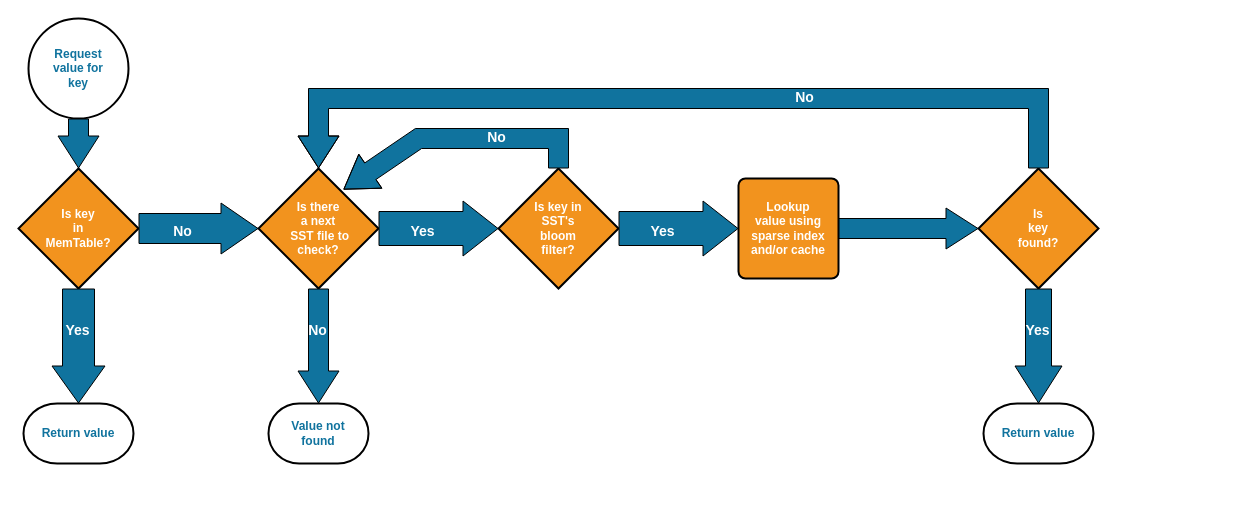
The draw.io diagram page "Reads" (2 of 5) of docs/lsm.drawio in justinethier/keyva, before the edit. Source tidied: cells renumbered, new cells numbered last; positions are measured from the earlier drawing's top-left corner, leaving out a move shared by most shapes. Both pictures are drawn from the tidied source at 100%, with x=0, y=0 at pixel (18, 18).
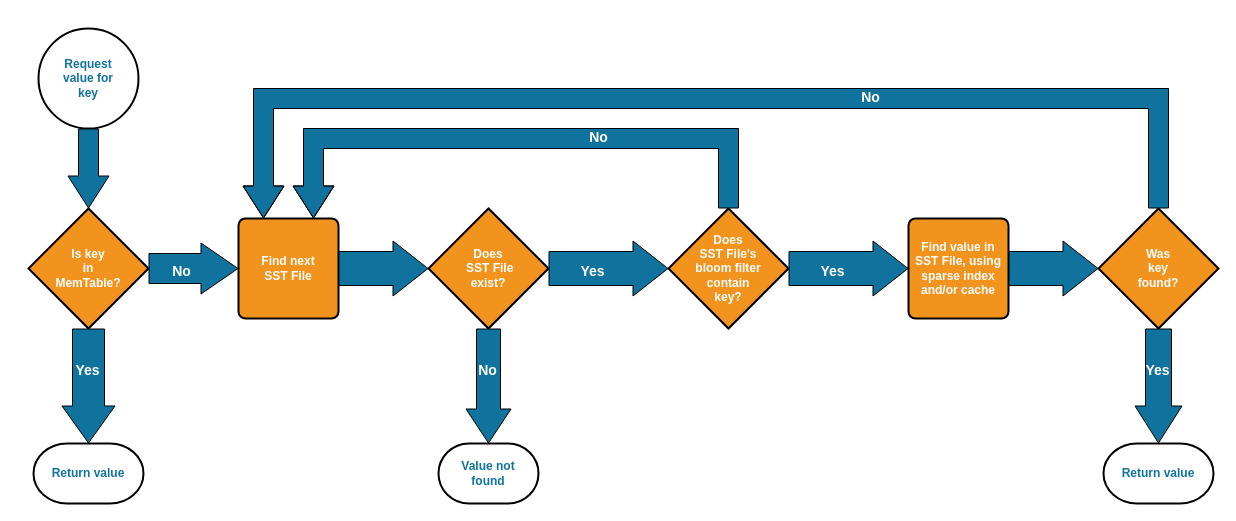
Above is the later version.

The edit, as a diff of the source:
```diff
@@
     <mxCell id="2" value="&lt;div&gt;Request&lt;/div&gt;&lt;div&gt;value for&lt;/div&gt;&lt;div&gt;key&lt;br&gt;&lt;/div&gt;" style="strokeWidth=2;html=1;shape=mxgraph.flowchart.start_2;whiteSpace=wrap;fillColor=#FFFFFF;fontColor=#10739E;fontStyle=1;" parent="1" vertex="1">
-      <mxGeometry x="10" width="100" height="100" as="geometry" />
+      <mxGeometry x="20" y="10" width="100" height="100" as="geometry" />
     </mxCell>
     <mxCell id="3" value="&lt;div&gt;Is key&lt;/div&gt;&lt;div&gt;in &lt;br&gt;&lt;/div&gt;&lt;div&gt;MemTable?&lt;br&gt;&lt;/div&gt;" style="strokeWidth=2;html=1;shape=mxgraph.flowchart.decision;whiteSpace=wrap;fontColor=#FFFFFF;fontStyle=1;fillColor=#F2931E;" parent="1" vertex="1">
-      <mxGeometry y="150" width="120" height="120" as="geometry" />
+      <mxGeometry x="10" y="190" width="120" height="120" as="geometry" />
     </mxCell>
@@
     <mxCell id="6" value="Return value" style="strokeWidth=2;html=1;shape=mxgraph.flowchart.terminator;whiteSpace=wrap;fillColor=#FFFFFF;fontColor=#10739E;fontStyle=1;" parent="1" vertex="1">
-      <mxGeometry x="5" y="385" width="110" height="60" as="geometry" />
+      <mxGeometry x="15" y="425" width="110" height="60" as="geometry" />
     </mxCell>
-    <mxCell id="7" value="&lt;div&gt;Is key in &lt;br&gt;&lt;/div&gt;&lt;div&gt;SST's&lt;br&gt;&lt;/div&gt;&lt;div&gt;bloom &lt;br&gt;&lt;/div&gt;&lt;div&gt;filter?&lt;br&gt;&lt;/div&gt;" style="strokeWidth=2;html=1;shape=mxgraph.flowchart.decision;whiteSpace=wrap;fontColor=#FFFFFF;fontStyle=1;fillColor=#F2931E;" parent="1" vertex="1">
-      <mxGeometry x="480" y="150" width="120" height="120" as="geometry" />
+    <mxCell id="7" value="&lt;div&gt;Does&lt;/div&gt;&lt;div&gt;SST File's&lt;/div&gt;&lt;div&gt;bloom filter&lt;/div&gt;&lt;div&gt;contain&lt;/div&gt;&lt;div&gt;key?&lt;br&gt;&lt;/div&gt;" style="strokeWidth=2;html=1;shape=mxgraph.flowchart.decision;whiteSpace=wrap;fontColor=#FFFFFF;fontStyle=1;fillColor=#F2931E;" parent="1" vertex="1">
+      <mxGeometry x="650" y="190" width="120" height="120" as="geometry" />
     </mxCell>
     <mxCell id="8" value="Return value" style="strokeWidth=2;html=1;shape=mxgraph.flowchart.terminator;whiteSpace=wrap;fillColor=#FFFFFF;fontColor=#10739E;fontStyle=1;" parent="1" vertex="1">
-      <mxGeometry x="965" y="385" width="110" height="60" as="geometry" />
+      <mxGeometry x="1085" y="425" width="110" height="60" as="geometry" />
     </mxCell>
-    <mxCell id="9" value="&lt;div&gt;Lookup&lt;/div&gt;&lt;div&gt;value using sparse index&lt;/div&gt;&lt;div&gt;and/or cache&lt;br&gt;&lt;/div&gt;" style="rounded=1;whiteSpace=wrap;html=1;absoluteArcSize=1;arcSize=14;strokeWidth=2;fillColor=#F2931E;fontColor=#FFFFFF;fontStyle=1;" parent="1" vertex="1">
-      <mxGeometry x="720" y="160" width="100" height="100" as="geometry" />
+    <mxCell id="9" value="Find value in SST File, using sparse index&lt;div&gt;and/or cache&lt;br&gt;&lt;/div&gt;" style="rounded=1;whiteSpace=wrap;html=1;absoluteArcSize=1;arcSize=14;strokeWidth=2;fillColor=#F2931E;fontColor=#FFFFFF;fontStyle=1;" parent="1" vertex="1">
+      <mxGeometry x="890" y="200" width="100" height="100" as="geometry" />
     </mxCell>
-    <mxCell id="10" value="&lt;div&gt;Is&lt;/div&gt;&lt;div&gt;key&lt;/div&gt;&lt;div&gt;found?&lt;br&gt;&lt;/div&gt;" style="strokeWidth=2;html=1;shape=mxgraph.flowchart.decision;whiteSpace=wrap;fontColor=#FFFFFF;fontStyle=1;fillColor=#F2931E;" parent="1" vertex="1">
-      <mxGeometry x="960" y="150" width="120" height="120" as="geometry" />
+    <mxCell id="10" value="&lt;div&gt;Was&lt;/div&gt;&lt;div&gt;key&lt;/div&gt;&lt;div&gt;found?&lt;br&gt;&lt;/div&gt;" style="strokeWidth=2;html=1;shape=mxgraph.flowchart.decision;whiteSpace=wrap;fontColor=#FFFFFF;fontStyle=1;fillColor=#F2931E;" parent="1" vertex="1">
+      <mxGeometry x="1080" y="190" width="120" height="120" as="geometry" />
     </mxCell>
     <mxCell id="11" value="&lt;div&gt;Value not &lt;br&gt;&lt;/div&gt;&lt;div&gt;found&lt;br&gt;&lt;/div&gt;" style="strokeWidth=2;html=1;shape=mxgraph.flowchart.terminator;whiteSpace=wrap;fillColor=#FFFFFF;fontColor=#10739E;fontStyle=1;" parent="1" vertex="1">
-      <mxGeometry x="250" y="385" width="100" height="60" as="geometry" />
+      <mxGeometry x="420" y="425" width="100" height="60" as="geometry" />
     </mxCell>
@@
-    <mxCell id="13" style="shape=flexArrow;endArrow=classic;html=1;rounded=0;width=30;endSize=12;labelBackgroundColor=none;fillColor=#10739E;exitX=1;exitY=0.5;exitDx=0;exitDy=0;exitPerimeter=0;entryX=0;entryY=0.5;entryDx=0;entryDy=0;entryPerimeter=0;" parent="1" edge="1" source="3" target="15">
+    <mxCell id="13" style="shape=flexArrow;endArrow=classic;html=1;rounded=0;width=30;endSize=12;labelBackgroundColor=none;fillColor=#10739E;exitX=1;exitY=0.5;exitDx=0;exitDy=0;exitPerimeter=0;entryX=0;entryY=0.5;entryDx=0;entryDy=0;" parent="1" edge="1" source="3" target="29">
       <mxGeometry relative="1" as="geometry" />
     </mxCell>
@@
-    <mxCell id="15" value="&lt;div style=&quot;font-size: 12px&quot;&gt;Is there&lt;/div&gt;&lt;div style=&quot;font-size: 12px&quot;&gt;a next&lt;/div&gt;&lt;div style=&quot;font-size: 12px&quot;&gt;&amp;nbsp;SST file to &lt;br style=&quot;font-size: 12px&quot;&gt;&lt;/div&gt;&lt;div style=&quot;font-size: 12px&quot;&gt;check?&lt;br style=&quot;font-size: 12px&quot;&gt;&lt;/div&gt;" style="strokeWidth=2;html=1;shape=mxgraph.flowchart.decision;whiteSpace=wrap;labelBackgroundColor=none;fontSize=12;fontColor=#FFFFFF;fontStyle=1;fillColor=#F2931E;" parent="1" vertex="1">
-      <mxGeometry x="240" y="150" width="120" height="120" as="geometry" />
+    <mxCell id="15" value="&lt;div&gt;Does&lt;/div&gt;&lt;div&gt;&amp;nbsp;SST File &lt;br&gt;&lt;/div&gt;&lt;div&gt;exist?&lt;br&gt;&lt;/div&gt;" style="strokeWidth=2;html=1;shape=mxgraph.flowchart.decision;whiteSpace=wrap;labelBackgroundColor=none;fontSize=12;fontColor=#FFFFFF;fontStyle=1;fillColor=#F2931E;" parent="1" vertex="1">
+      <mxGeometry x="410" y="190" width="120" height="120" as="geometry" />
     </mxCell>
-    <mxCell id="16" style="shape=flexArrow;endArrow=classic;html=1;rounded=0;width=20;endSize=10.33;labelBackgroundColor=none;entryX=0.5;entryY=0;entryDx=0;entryDy=0;entryPerimeter=0;fillColor=#10739E;exitX=0.5;exitY=1;exitDx=0;exitDy=0;exitPerimeter=0;" parent="1" edge="1" source="15" target="11">
+    <mxCell id="16" style="shape=flexArrow;endArrow=classic;html=1;rounded=0;width=24;endSize=11;labelBackgroundColor=none;entryX=0.5;entryY=0;entryDx=0;entryDy=0;entryPerimeter=0;fillColor=#10739E;exitX=0.5;exitY=1;exitDx=0;exitDy=0;exitPerimeter=0;" parent="1" edge="1" source="15" target="11">
       <mxGeometry relative="1" as="geometry" />
     </mxCell>
@@
-    <mxCell id="22" style="shape=flexArrow;endArrow=classic;html=1;rounded=0;exitX=1;exitY=0.5;exitDx=0;exitDy=0;width=20;endSize=10.33;labelBackgroundColor=none;fillColor=#10739E;entryX=0;entryY=0.5;entryDx=0;entryDy=0;entryPerimeter=0;" parent="1" edge="1" source="9" target="10">
-      <mxGeometry relative="1" as="geometry" />
-    </mxCell>
@@
-    <mxCell id="25" style="shape=flexArrow;endArrow=classic;html=1;rounded=0;width=20;endSize=10.33;labelBackgroundColor=none;fillColor=#10739E;exitX=0.5;exitY=0;exitDx=0;exitDy=0;exitPerimeter=0;entryX=0.708;entryY=0.175;entryDx=0;entryDy=0;entryPerimeter=0;" parent="1" edge="1" source="7" target="15">
+    <mxCell id="25" style="shape=flexArrow;endArrow=classic;html=1;rounded=0;width=20;endSize=10.33;labelBackgroundColor=none;fillColor=#10739E;exitX=0.5;exitY=0;exitDx=0;exitDy=0;exitPerimeter=0;entryX=0.75;entryY=0;entryDx=0;entryDy=0;" parent="1" edge="1" source="7" target="29">
       <mxGeometry relative="1" as="geometry">
         <Array as="points">
-          <mxPoint x="540" y="120" />
-          <mxPoint x="400" y="120" />
+          <mxPoint x="710" y="120" />
+          <mxPoint x="295" y="120" />
         </Array>
       </mxGeometry>
     </mxCell>
@@
-    <mxCell id="27" style="shape=flexArrow;endArrow=classic;html=1;rounded=0;width=20;endSize=10.33;labelBackgroundColor=none;fillColor=#10739E;exitX=0.5;exitY=0;exitDx=0;exitDy=0;exitPerimeter=0;entryX=0.5;entryY=0;entryDx=0;entryDy=0;entryPerimeter=0;" parent="1" edge="1" source="10" target="15">
+    <mxCell id="27" style="shape=flexArrow;endArrow=classic;html=1;rounded=0;width=20;endSize=10.33;labelBackgroundColor=none;fillColor=#10739E;exitX=0.5;exitY=0;exitDx=0;exitDy=0;exitPerimeter=0;entryX=0.25;entryY=0;entryDx=0;entryDy=0;" parent="1" edge="1" source="10" target="29">
       <mxGeometry relative="1" as="geometry">
         <Array as="points">
-          <mxPoint x="1020" y="80" />
-          <mxPoint x="300" y="80" />
+          <mxPoint x="1140" y="80" />
+          <mxPoint x="245" y="80" />
         </Array>
       </mxGeometry>
     </mxCell>
@@
+    <mxCell id="29" value="&lt;div&gt;Find next &lt;br&gt;&lt;/div&gt;&lt;div&gt;SST File&lt;/div&gt;" style="rounded=1;whiteSpace=wrap;html=1;absoluteArcSize=1;arcSize=14;strokeWidth=2;fillColor=#F2931E;fontColor=#FFFFFF;fontStyle=1;" parent="1" vertex="1">
+      <mxGeometry x="220" y="200" width="100" height="100" as="geometry" />
+    </mxCell>
+    <mxCell id="30" style="shape=flexArrow;endArrow=classic;html=1;rounded=0;exitX=1;exitY=0.5;exitDx=0;exitDy=0;width=34;endSize=11.33;labelBackgroundColor=none;entryX=0;entryY=0.5;entryDx=0;entryDy=0;fillColor=#10739E;entryPerimeter=0;" parent="1" edge="1" source="29" target="15">
+      <mxGeometry relative="1" as="geometry" />
+    </mxCell>
+    <mxCell id="22" style="shape=flexArrow;endArrow=classic;html=1;rounded=0;exitX=1;exitY=0.5;exitDx=0;exitDy=0;width=34;endSize=11.33;labelBackgroundColor=none;entryX=0;entryY=0.5;entryDx=0;entryDy=0;fillColor=#10739E;entryPerimeter=0;" parent="1" edge="1" source="9" target="10">
+      <mxGeometry relative="1" as="geometry" />
+    </mxCell>
```
